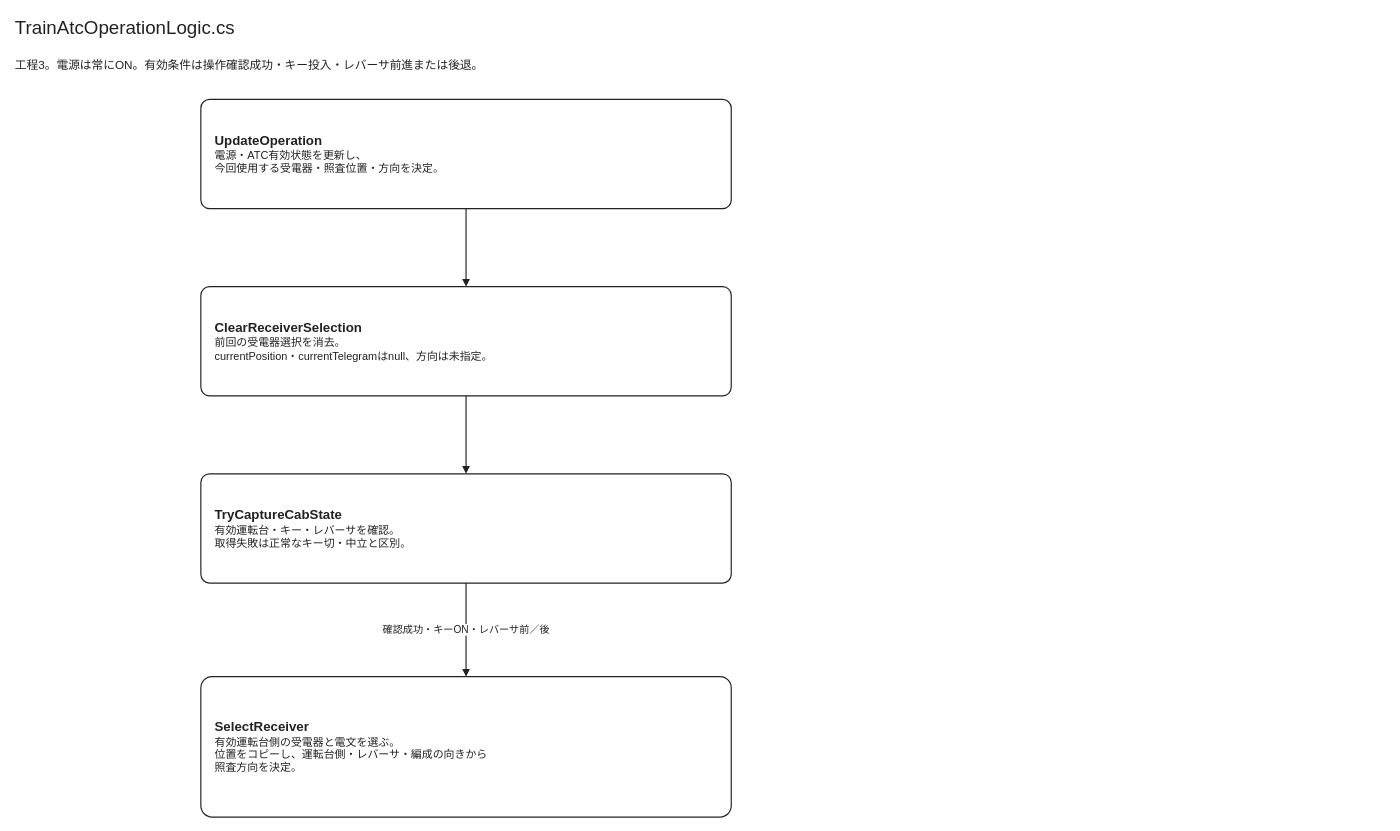
neko3141592/Nakatetsu keeps this draw.io diagram as page "TrainAtcOperationLogic.cs" (3 of 8) of Documentation/Train/Atc/TrainAtcTransitions.drawio. Above is the earlier version. Source tidied: cells renumbered, new cells numbered last; positions are measured from the earlier drawing's top-left corner, leaving out a move shared by most shapes. Both pictures are drawn from the tidied source at 78%, with x=0, y=0 at pixel (13, 13).
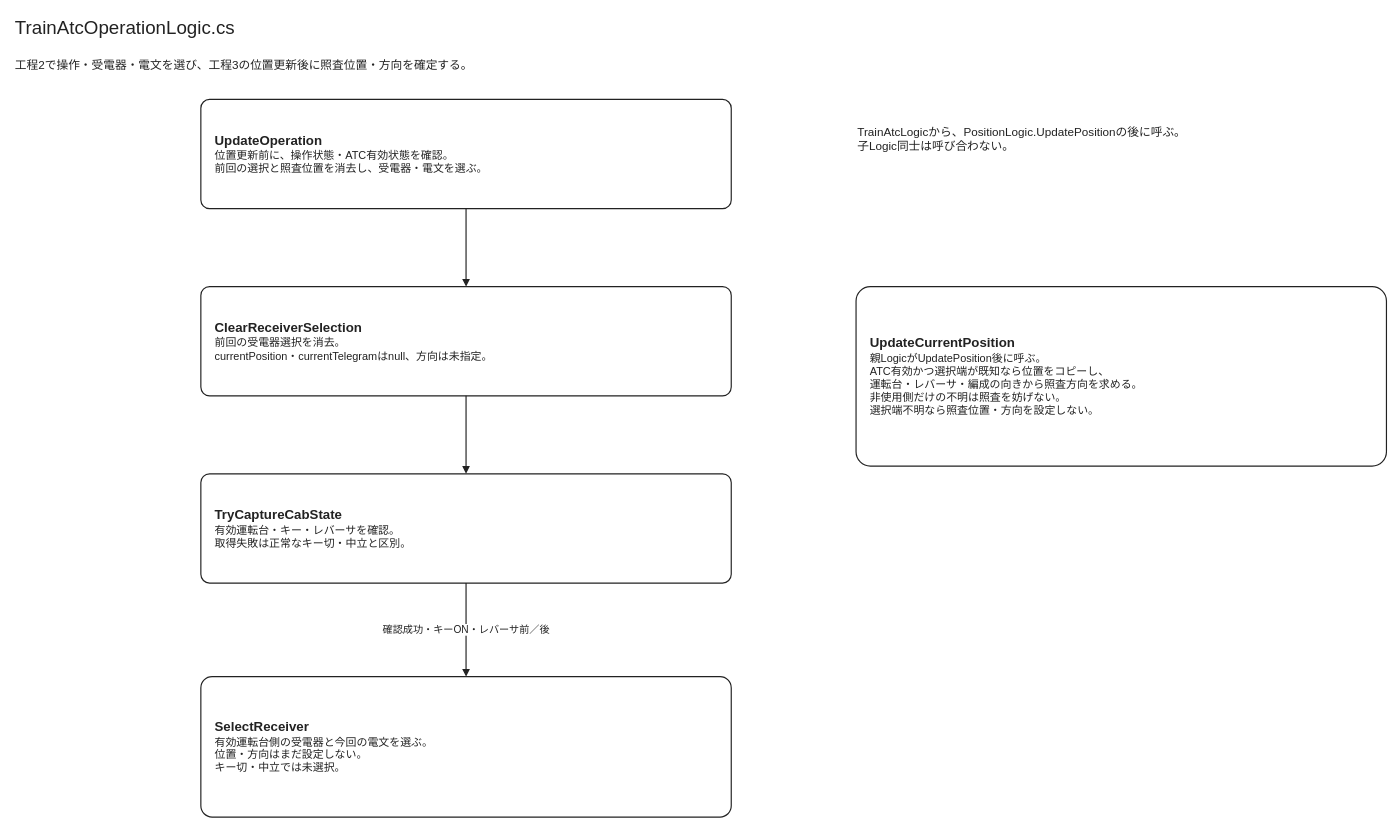
The same page after the edit.

Change to the diagram source:
```diff
@@
 <mxGraphModel background="#ffffff">
   <root>
     <mxCell id="0" />
     <mxCell id="1" parent="0" />
     <mxCell id="2" value="TrainAtcOperationLogic.cs" style="text;html=1;whiteSpace=wrap;align=left;verticalAlign=middle;fontFamily=Hiragino Kaku Gothic ProN;fontColor=#222222;fontSize=24;strokeColor=none;fillColor=none;" parent="1" vertex="1">
       <mxGeometry width="1160" height="36" as="geometry" />
     </mxCell>
-    <mxCell id="3" value="工程3。電源は常にON。有効条件は操作確認成功・キー投入・レバーサ前進または後退。" style="text;html=1;whiteSpace=wrap;align=left;verticalAlign=middle;fontFamily=Hiragino Kaku Gothic ProN;fontColor=#222222;fontSize=15;strokeColor=none;fillColor=none;" parent="1" vertex="1">
+    <mxCell id="3" value="工程2で操作・受電器・電文を選び、工程3の位置更新後に照査位置・方向を確定する。" style="text;html=1;whiteSpace=wrap;align=left;verticalAlign=middle;fontFamily=Hiragino Kaku Gothic ProN;fontColor=#222222;fontSize=15;strokeColor=none;fillColor=none;" parent="1" vertex="1">
       <mxGeometry y="46" width="1160" height="40" as="geometry" />
     </mxCell>
-    <mxCell id="4" value="&lt;b style=&quot;font-size:17px&quot;&gt;UpdateOperation&lt;/b&gt;&lt;br&gt;&lt;span style=&quot;font-size:14px&quot;&gt;電源・ATC有効状態を更新し、&lt;br&gt;今回使用する受電器・照査位置・方向を決定。&lt;/span&gt;" style="rounded=1;arcSize=8;whiteSpace=wrap;html=1;align=left;verticalAlign=middle;spacingLeft=16;spacingRight=16;spacingTop=10;spacingBottom=10;fontFamily=Hiragino Kaku Gothic ProN;fontColor=#222222;strokeColor=#222222;strokeWidth=1.5;fillColor=#ffffff;" parent="1" vertex="1">
+    <mxCell id="4" value="&lt;b style=&quot;font-size:17px&quot;&gt;UpdateOperation&lt;/b&gt;&lt;br&gt;&lt;span style=&quot;font-size:14px&quot;&gt;位置更新前に、操作状態・ATC有効状態を確認。&lt;br&gt;前回の選択と照査位置を消去し、受電器・電文を選ぶ。&lt;/span&gt;" style="rounded=1;arcSize=8;whiteSpace=wrap;html=1;align=left;verticalAlign=middle;spacingLeft=16;spacingRight=16;spacingTop=10;spacingBottom=10;fontFamily=Hiragino Kaku Gothic ProN;fontColor=#222222;strokeColor=#222222;strokeWidth=1.5;fillColor=#ffffff;" parent="1" vertex="1">
       <mxGeometry x="240" y="110" width="680" height="140" as="geometry" />
     </mxCell>
     <mxCell id="5" value="&lt;b style=&quot;font-size:17px&quot;&gt;ClearReceiverSelection&lt;/b&gt;&lt;br&gt;&lt;span style=&quot;font-size:14px&quot;&gt;前回の受電器選択を消去。&lt;br&gt;currentPosition・currentTelegramはnull、方向は未指定。&lt;/span&gt;" style="rounded=1;arcSize=8;whiteSpace=wrap;html=1;align=left;verticalAlign=middle;spacingLeft=16;spacingRight=16;spacingTop=10;spacingBottom=10;fontFamily=Hiragino Kaku Gothic ProN;fontColor=#222222;strokeColor=#222222;strokeWidth=1.5;fillColor=#ffffff;" parent="1" vertex="1">
       <mxGeometry x="240" y="350" width="680" height="140" as="geometry" />
     </mxCell>
     <mxCell id="6" value="&lt;b style=&quot;font-size:17px&quot;&gt;TryCaptureCabState&lt;/b&gt;&lt;br&gt;&lt;span style=&quot;font-size:14px&quot;&gt;有効運転台・キー・レバーサを確認。&lt;br&gt;取得失敗は正常なキー切・中立と区別。&lt;/span&gt;" style="rounded=1;arcSize=8;whiteSpace=wrap;html=1;align=left;verticalAlign=middle;spacingLeft=16;spacingRight=16;spacingTop=10;spacingBottom=10;fontFamily=Hiragino Kaku Gothic ProN;fontColor=#222222;strokeColor=#222222;strokeWidth=1.5;fillColor=#ffffff;" parent="1" vertex="1">
       <mxGeometry x="240" y="590" width="680" height="140" as="geometry" />
     </mxCell>
-    <mxCell id="7" value="&lt;b style=&quot;font-size:17px&quot;&gt;SelectReceiver&lt;/b&gt;&lt;br&gt;&lt;span style=&quot;font-size:14px&quot;&gt;有効運転台側の受電器と電文を選ぶ。&lt;br&gt;位置をコピーし、運転台側・レバーサ・編成の向きから&lt;br&gt;照査方向を決定。&lt;/span&gt;" style="rounded=1;arcSize=8;whiteSpace=wrap;html=1;align=left;verticalAlign=middle;spacingLeft=16;spacingRight=16;spacingTop=10;spacingBottom=10;fontFamily=Hiragino Kaku Gothic ProN;fontColor=#222222;strokeColor=#222222;strokeWidth=1.5;fillColor=#ffffff;" parent="1" vertex="1">
+    <mxCell id="7" value="&lt;b style=&quot;font-size:17px&quot;&gt;SelectReceiver&lt;/b&gt;&lt;br&gt;&lt;span style=&quot;font-size:14px&quot;&gt;有効運転台側の受電器と今回の電文を選ぶ。&lt;br&gt;位置・方向はまだ設定しない。&lt;br&gt;キー切・中立では未選択。&lt;/span&gt;" style="rounded=1;arcSize=8;whiteSpace=wrap;html=1;align=left;verticalAlign=middle;spacingLeft=16;spacingRight=16;spacingTop=10;spacingBottom=10;fontFamily=Hiragino Kaku Gothic ProN;fontColor=#222222;strokeColor=#222222;strokeWidth=1.5;fillColor=#ffffff;" parent="1" vertex="1">
       <mxGeometry x="240" y="850" width="680" height="180" as="geometry" />
     </mxCell>
     <mxCell id="8" style="edgeStyle=orthogonalEdgeStyle;rounded=0;html=1;endArrow=block;endFill=1;strokeColor=#222222;strokeWidth=1.5;fontSize=13;fontFamily=Hiragino Kaku Gothic ProN;fontColor=#222222;labelBackgroundColor=#ffffff;exitX=0.5;exitY=1;exitDx=0;exitDy=0;entryX=0.5;entryY=0;entryDx=0;entryDy=0;" parent="1" edge="1" source="4" target="5">
       <mxGeometry relative="1" as="geometry" />
     </mxCell>
     <mxCell id="9" style="edgeStyle=orthogonalEdgeStyle;rounded=0;html=1;endArrow=block;endFill=1;strokeColor=#222222;strokeWidth=1.5;fontSize=13;fontFamily=Hiragino Kaku Gothic ProN;fontColor=#222222;labelBackgroundColor=#ffffff;exitX=0.5;exitY=1;exitDx=0;exitDy=0;entryX=0.5;entryY=0;entryDx=0;entryDy=0;" parent="1" edge="1" source="5" target="6">
       <mxGeometry relative="1" as="geometry" />
     </mxCell>
     <mxCell id="10" value="確認成功・キーON・レバーサ前／後" style="edgeStyle=orthogonalEdgeStyle;rounded=0;html=1;endArrow=block;endFill=1;strokeColor=#222222;strokeWidth=1.5;fontSize=13;fontFamily=Hiragino Kaku Gothic ProN;fontColor=#222222;labelBackgroundColor=#ffffff;exitX=0.5;exitY=1;exitDx=0;exitDy=0;entryX=0.5;entryY=0;entryDx=0;entryDy=0;" parent="1" edge="1" source="6" target="7">
       <mxGeometry relative="1" as="geometry" />
     </mxCell>
+    <mxCell id="11" value="&lt;b style=&quot;font-size:17px&quot;&gt;UpdateCurrentPosition&lt;/b&gt;&lt;br&gt;&lt;span style=&quot;font-size:14px&quot;&gt;親LogicがUpdatePosition後に呼ぶ。&lt;br&gt;ATC有効かつ選択端が既知なら位置をコピーし、&lt;br&gt;運転台・レバーサ・編成の向きから照査方向を求める。&lt;br&gt;非使用側だけの不明は照査を妨げない。&lt;br&gt;選択端不明なら照査位置・方向を設定しない。&lt;/span&gt;" style="rounded=1;arcSize=8;whiteSpace=wrap;html=1;align=left;verticalAlign=middle;spacingLeft=16;spacingRight=16;spacingTop=10;spacingBottom=10;fontFamily=Hiragino Kaku Gothic ProN;fontColor=#222222;strokeColor=#222222;strokeWidth=1.5;fillColor=#ffffff;" parent="1" vertex="1">
+      <mxGeometry x="1080" y="350" width="680" height="230" as="geometry" />
+    </mxCell>
+    <mxCell id="12" value="TrainAtcLogicから、PositionLogic.UpdatePositionの後に呼ぶ。&lt;br&gt;子Logic同士は呼び合わない。" style="text;html=1;whiteSpace=wrap;align=left;verticalAlign=middle;fontFamily=Hiragino Kaku Gothic ProN;fontColor=#222222;fontSize=15;strokeColor=none;fillColor=none;" parent="1" vertex="1">
+      <mxGeometry x="1080" y="110" width="680" height="100" as="geometry" />
+    </mxCell>
   </root>
 </mxGraphModel>
```
